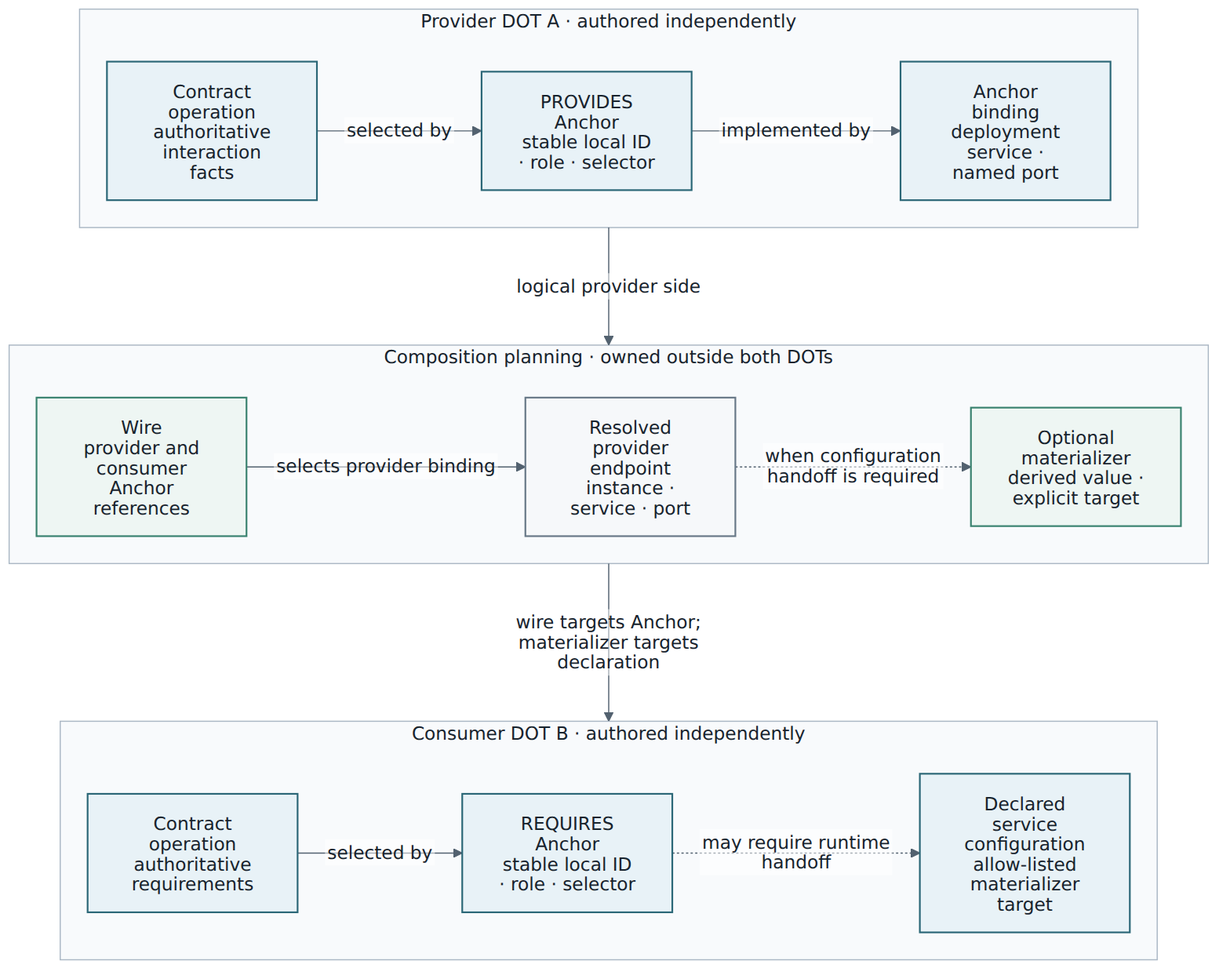
The Mermaid diagram DOT-Design/next/dot-design/_images/diagrams/dot-ownership-chain.png in MARE-EU-Project/DOT-Docs, before a commit. Its source is kept beside it as DOT-Design/next/dot-design/_attachments/diagrams/dot-ownership-chain.mmd.
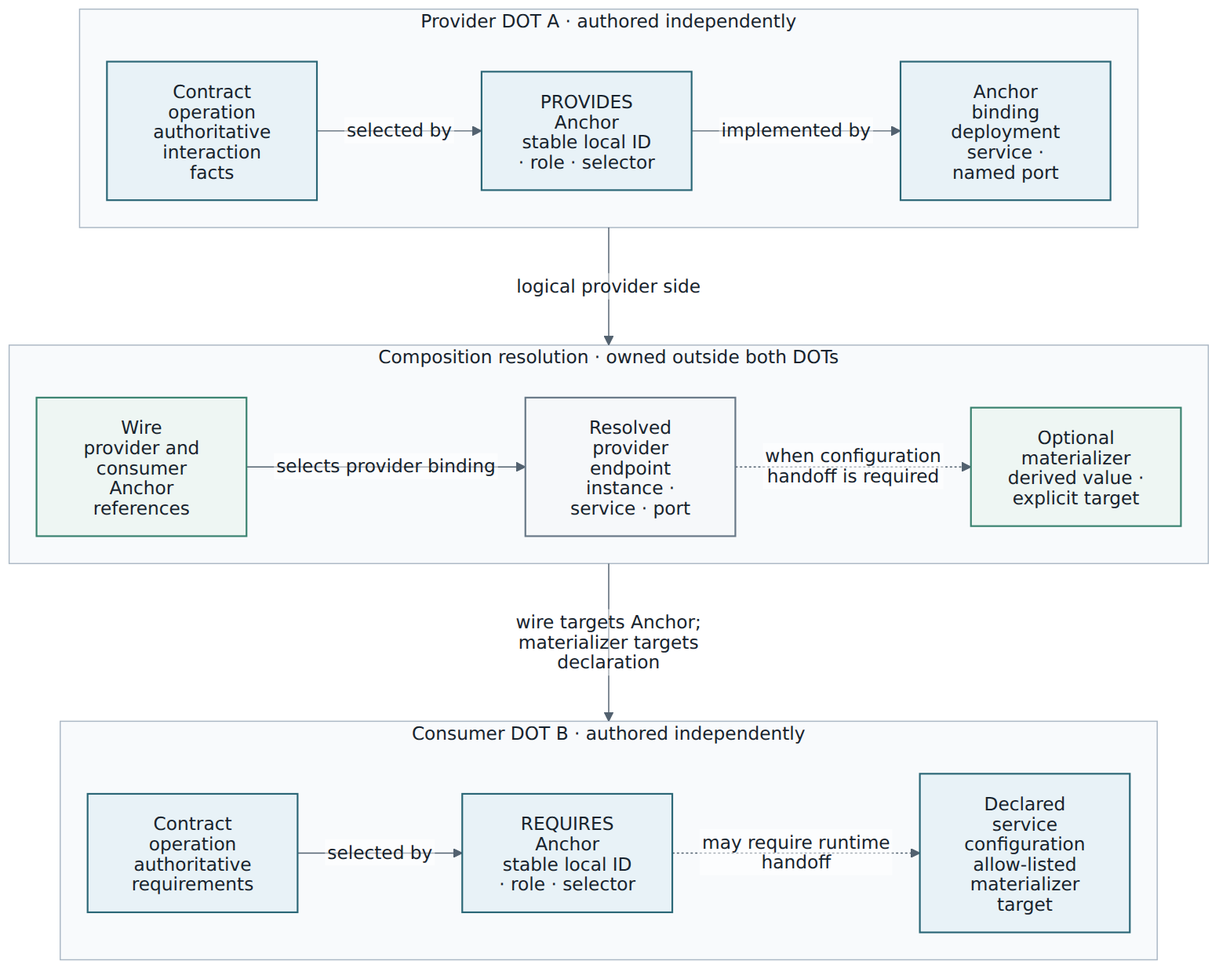
The same diagram one commit later.

Change to the diagram source:
```diff
@@ -11,7 +11,7 @@
     PAnchor -->|implemented by| PBinding
   end
 
-  subgraph Resolution["Composition planning · owned outside both DOTs"]
+  subgraph Resolution["Composition resolution · owned outside both DOTs"]
     direction LR
     Wire["Wire<br/>provider and consumer Anchor references"]
     Endpoint["Resolved provider endpoint<br/>instance · service · port"]
```
